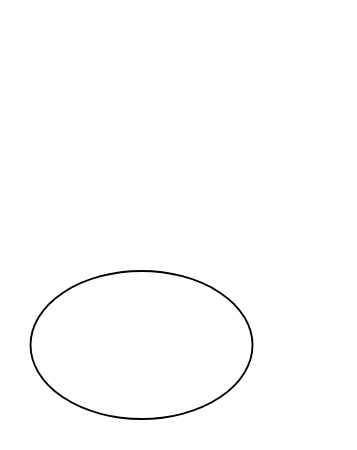
This is include/未命名绘图.drawio from liliang1112/TrafficMonitor, a draw.io file, before an edit. Source tidied: cells renumbered, new cells numbered last; positions are measured from the earlier drawing's top-left corner, leaving out a move shared by most shapes. Both pictures are drawn from the tidied source at 185%, with x=0, y=0 at pixel (30, 270).
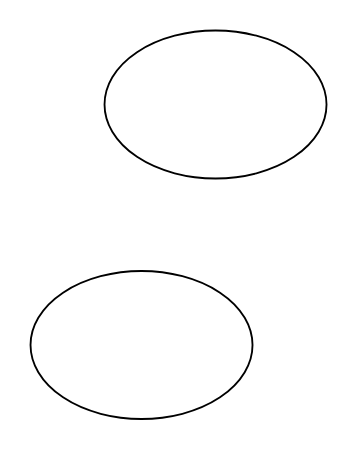
Above is the later version.

Commit message:
更新未命名绘图.drawio

The edit, as a diff of the source:
```diff
@@
 <mxGraphModel>
   <root>
     <mxCell id="0" />
     <mxCell id="1" parent="0" />
     <mxCell id="2" style="ellipse;whiteSpace=wrap;html=1;" parent="1" vertex="1">
       <mxGeometry width="120" height="80" as="geometry" />
     </mxCell>
+    <mxCell id="3" style="ellipse;whiteSpace=wrap;html=1;" parent="1" vertex="1">
+      <mxGeometry x="40" y="-130" width="120" height="80" as="geometry" />
+    </mxCell>
   </root>
 </mxGraphModel>
```
